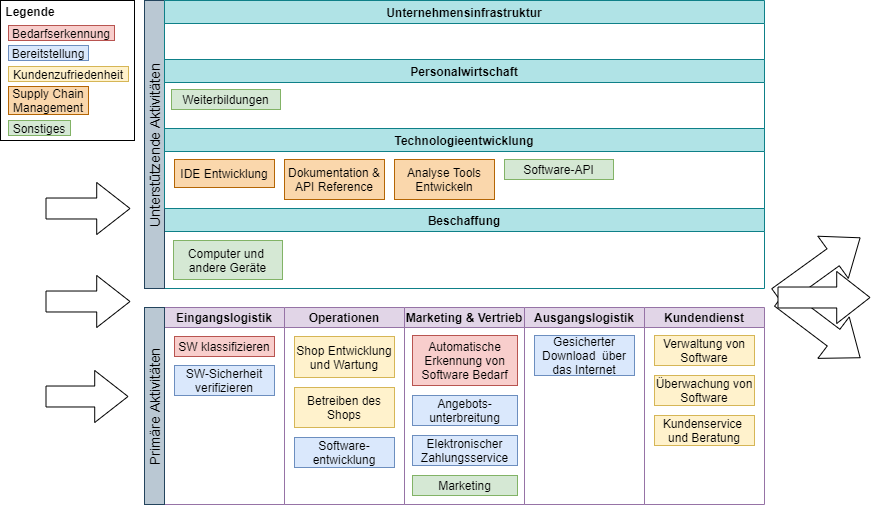
hesty98/bachelorthesis keeps this draw.io diagram as Ausarbeitung/text/pictures/konzept-wsk.png. Above is the earlier version. Source tidied: cells renumbered, new cells last; positions are measured from the earlier drawing's top-left corner, leaving out a move shared by most shapes.
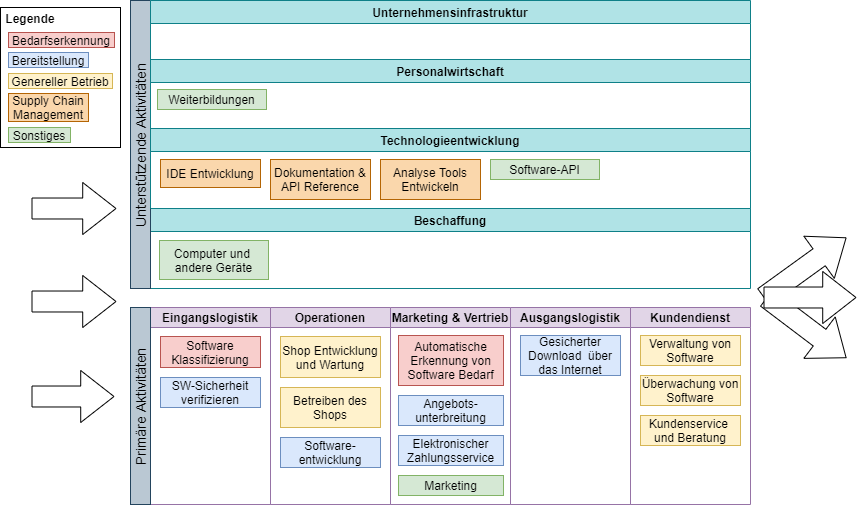
Later version of the same file.

What changed in the source:
```diff
@@ -30,22 +30,22 @@
       <mxGeometry x="164" width="600" height="59" as="geometry" />
     </mxCell>
     <mxCell id="11" style="rounded=0;" parent="1" vertex="1">
-      <mxGeometry width="134" height="140" as="geometry" />
+      <mxGeometry x="14" y="7" width="120" height="140" as="geometry" />
     </mxCell>
     <mxCell id="12" value="Bedarfserkennung" style="rounded=0;fillColor=#f8cecc;strokeColor=#b85450;align=center;" parent="1" vertex="1">
-      <mxGeometry x="8" y="25" width="106" height="15" as="geometry" />
+      <mxGeometry x="22" y="32" width="106" height="15" as="geometry" />
     </mxCell>
     <mxCell id="13" value="Bereitstellung" style="rounded=0;fillColor=#dae8fc;strokeColor=#6c8ebf;align=center;" parent="1" vertex="1">
-      <mxGeometry x="8" y="45" width="80" height="15" as="geometry" />
+      <mxGeometry x="22" y="52" width="80" height="15" as="geometry" />
     </mxCell>
     <mxCell id="14" value="Legende" style="text;strokeColor=none;fillColor=none;align=center;verticalAlign=middle;rounded=0;fontStyle=1;" parent="1" vertex="1">
-      <mxGeometry x="5" y="1" width="50" height="20" as="geometry" />
+      <mxGeometry x="19" y="8" width="50" height="20" as="geometry" />
     </mxCell>
-    <mxCell id="15" value="Kundenzufriedenheit" style="rounded=0;fillColor=#fff2cc;strokeColor=#d6b656;align=center;" parent="1" vertex="1">
-      <mxGeometry x="8" y="66" width="120" height="15" as="geometry" />
+    <mxCell id="15" value="Genereller Betrieb" style="rounded=0;fillColor=#fff2cc;strokeColor=#d6b656;align=center;" parent="1" vertex="1">
+      <mxGeometry x="22" y="73" width="104" height="15" as="geometry" />
     </mxCell>
     <mxCell id="16" value="Supply Chain &#10;Management" style="rounded=0;fillColor=#fad7ac;strokeColor=#b46504;align=center;" parent="1" vertex="1">
-      <mxGeometry x="8" y="86" width="80" height="28" as="geometry" />
+      <mxGeometry x="22" y="93" width="80" height="28" as="geometry" />
     </mxCell>
     <mxCell id="17" value="Eingangslogistik" style="swimlane;startSize=20;fillColor=#e1d5e7;strokeColor=#9673a6;" parent="1" vertex="1">
       <mxGeometry x="164" y="307" width="120" height="197" as="geometry" />
@@ -54,7 +54,7 @@
       <mxGeometry x="-20" width="20" height="197" as="geometry" />
     </mxCell>
     <mxCell id="19" value="SW-Sicherheit&#10;verifizieren" style="rounded=0;fillColor=#dae8fc;strokeColor=#6c8ebf;" parent="17" vertex="1">
-      <mxGeometry x="10" y="58" width="100" height="30" as="geometry" />
+      <mxGeometry x="10" y="70" width="100" height="30" as="geometry" />
     </mxCell>
     <mxCell id="20" value="Operationen" style="swimlane;startSize=20;fillColor=#e1d5e7;strokeColor=#9673a6;" parent="1" vertex="1">
       <mxGeometry x="284" y="307" width="120" height="197" as="geometry" />
@@ -86,8 +86,8 @@
     <mxCell id="29" value="Verwaltung von&#10;Software" style="rounded=0;fillColor=#fff2cc;strokeColor=#d6b656;" parent="28" vertex="1">
       <mxGeometry x="10" y="28" width="100" height="30" as="geometry" />
     </mxCell>
-    <mxCell id="30" value="SW klassifizieren" style="rounded=0;fillColor=#f8cecc;strokeColor=#b85450;gradientDirection=west;" parent="1" vertex="1">
-      <mxGeometry x="174" y="336" width="100" height="20" as="geometry" />
+    <mxCell id="30" value="Software&#10;Klassifizierung" style="rounded=0;fillColor=#f8cecc;strokeColor=#b85450;gradientDirection=west;" parent="1" vertex="1">
+      <mxGeometry x="174" y="336" width="100" height="31" as="geometry" />
     </mxCell>
     <mxCell id="31" value="Überwachung von&#10;Software" style="rounded=0;fillColor=#fff2cc;strokeColor=#d6b656;" parent="1" vertex="1">
       <mxGeometry x="654" y="375" width="100" height="30" as="geometry" />
@@ -96,7 +96,7 @@
       <mxGeometry x="654" y="415" width="100" height="30" as="geometry" />
     </mxCell>
     <mxCell id="33" value="Sonstiges" style="rounded=0;fillColor=#d5e8d4;strokeColor=#82b366;align=center;" parent="1" vertex="1">
-      <mxGeometry x="8" y="120" width="62" height="15" as="geometry" />
+      <mxGeometry x="22" y="127" width="62" height="15" as="geometry" />
     </mxCell>
     <mxCell id="34" value="Shop Entwicklung&#10;und Wartung" style="rounded=0;fillColor=#fff2cc;strokeColor=#d6b656;gradientDirection=west;" parent="1" vertex="1">
       <mxGeometry x="294" y="336" width="100" height="41" as="geometry" />
```
